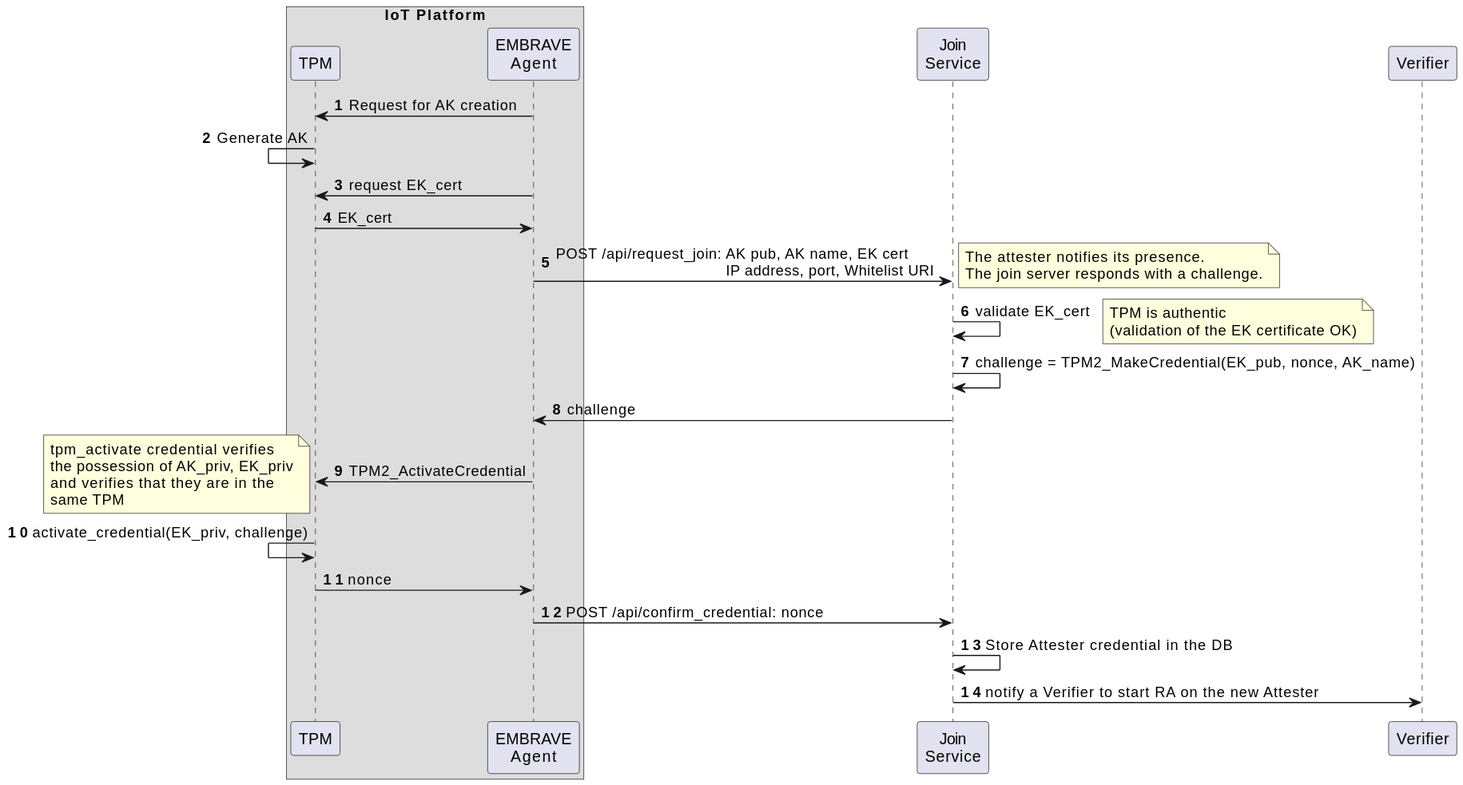
Earlier version of the PlantUML export docs/protocols/join.svg (Cybersecurity-LINKS/embrave).
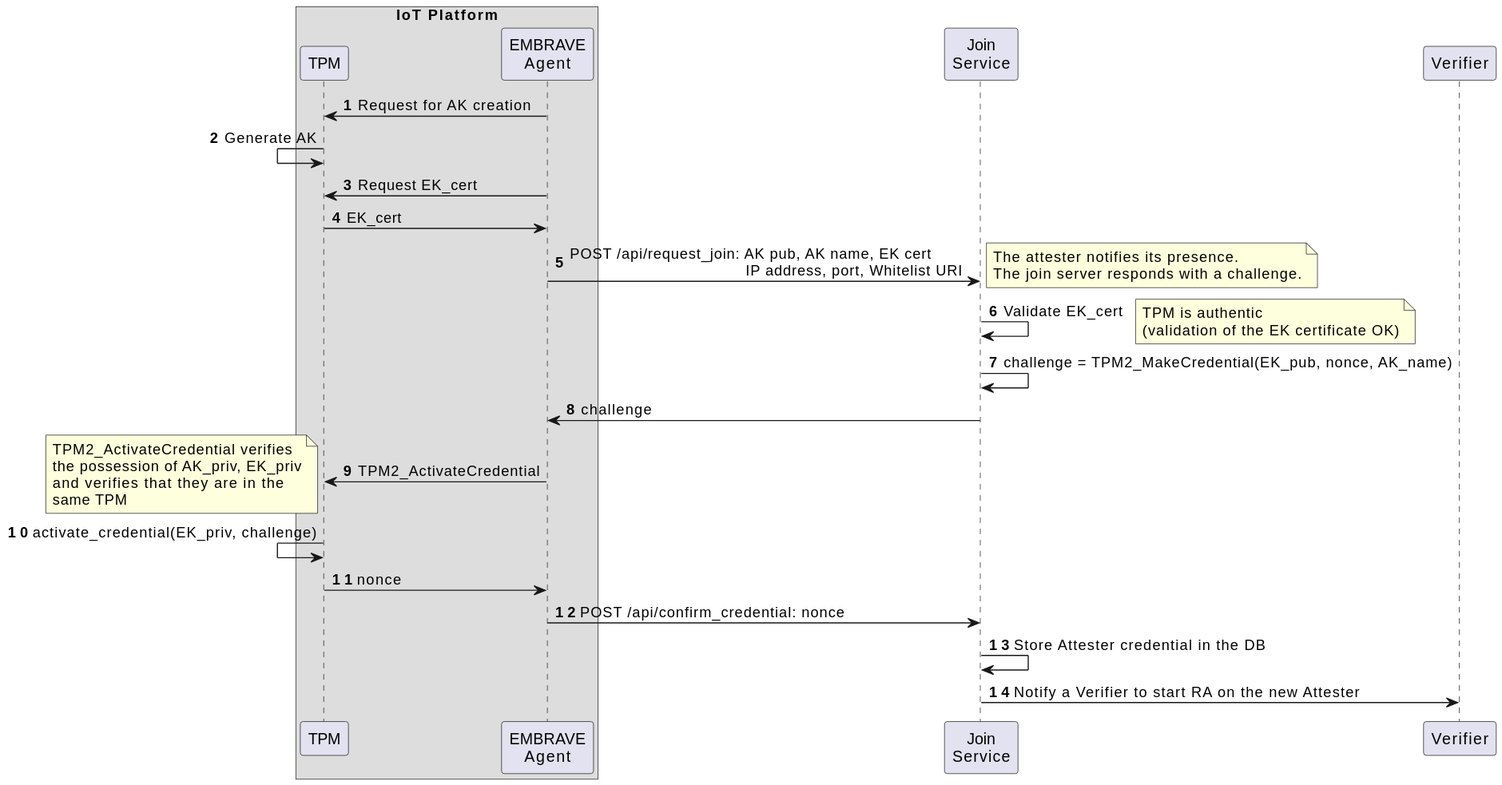
After the change.

Commit message:
docs: update join protocol diagram (fix some typo)

The edit, as a diff of the source:
```diff
@@ -10,7 +10,7 @@
 TPM<-attester_agent: Request for AK creation
 TPM<-TPM: Generate AK
 
-TPM<-attester_agent: request EK_cert
+TPM<-attester_agent: Request EK_cert
 TPM->attester_agent: EK_cert
 attester_agent->join_service: POST /api/request_join: AK pub, AK name, EK cert\n                                      IP address, port, Whitelist URI
 note right
@@ -18,7 +18,7 @@
 The join server responds with a challenge.
 end note
 
-  join_service->join_service: validate EK_cert
+  join_service->join_service: Validate EK_cert
   note right
     TPM is authentic
     (validation of the EK certificate OK)
@@ -27,7 +27,7 @@
   attester_agent<-join_service: challenge
   TPM<-attester_agent: TPM2_ActivateCredential
   note left
-    tpm_activate credential verifies
+    TPM2_ActivateCredential verifies
     the possession of AK_priv, EK_priv
     and verifies that they are in the
     same TPM
@@ -36,5 +36,5 @@
   TPM->attester_agent: nonce
   attester_agent->join_service: POST /api/confirm_credential: nonce
   join_service->join_service: Store Attester credential in the DB
-  join_service->Verifier: notify a Verifier to start RA on the new Attester
+  join_service->Verifier: Notify a Verifier to start RA on the new Attester
 @enduml
```
